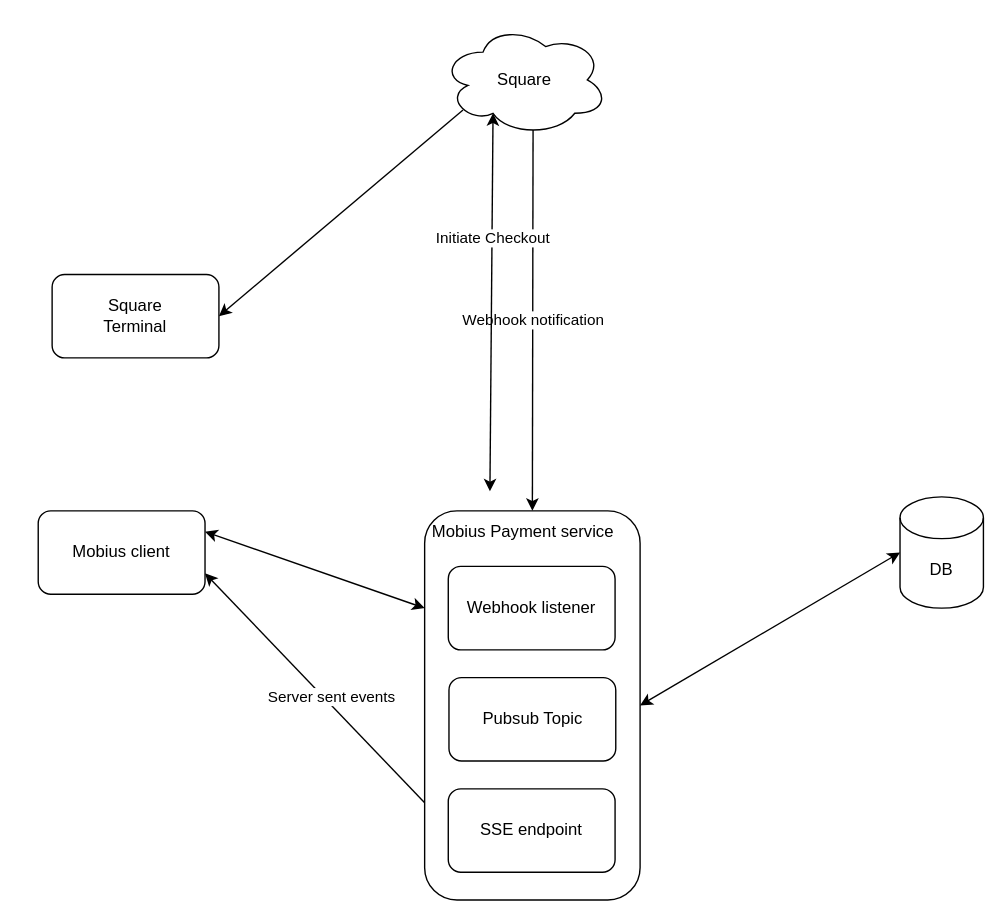
Earlier version of the draw.io diagram tcs/draw_io/Payment.drawio (alffrey/sequence_diagrams). Source tidied: cells renumbered, new cells numbered last; positions are measured from the earlier drawing's top-left corner, leaving out a move shared by most shapes. Both pictures are drawn from the tidied source at 139%, with x=0, y=0 at pixel (38, 24).
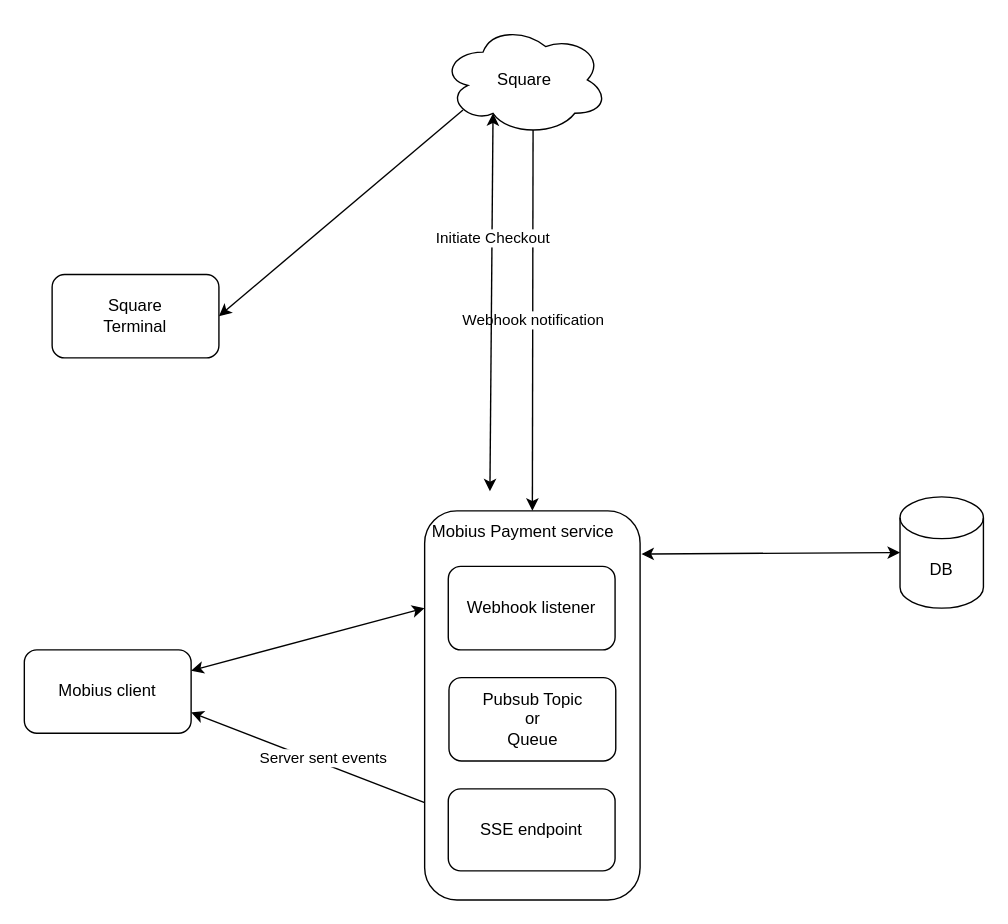
The same page after the edit.

Commit message (it also covers changes not shown here):
login and payment flows

Diff of the diagram source:
```diff
@@
 <mxGraphModel>
   <root>
     <mxCell id="0" />
     <mxCell id="1" parent="0" />
     <mxCell id="2" value="Square" style="ellipse;shape=cloud;whiteSpace=wrap;html=1;" parent="1" vertex="1">
       <mxGeometry x="290" width="120" height="80" as="geometry" />
     </mxCell>
     <mxCell id="3" style="rounded=1;whiteSpace=wrap;html=1;" parent="1" vertex="1">
       <mxGeometry x="278" y="350" width="155" height="280" as="geometry" />
     </mxCell>
     <mxCell id="4" value="Webhook notification" style="endArrow=classic;html=1;rounded=0;exitX=0.55;exitY=0.95;exitDx=0;exitDy=0;exitPerimeter=0;entryX=0.5;entryY=0;entryDx=0;entryDy=0;" parent="1" edge="1" source="2" target="3">
       <mxGeometry relative="1" as="geometry" />
     </mxCell>
     <mxCell id="5" value="DB" style="shape=cylinder3;whiteSpace=wrap;html=1;boundedLbl=1;backgroundOutline=1;size=15;" parent="1" vertex="1">
       <mxGeometry x="620" y="340" width="60" height="80" as="geometry" />
     </mxCell>
-    <mxCell id="6" style="endArrow=classic;startArrow=classic;html=1;rounded=0;entryX=0;entryY=0.5;entryDx=0;entryDy=0;entryPerimeter=0;exitX=1;exitY=0.5;exitDx=0;exitDy=0;" parent="1" edge="1" source="3" target="5">
+    <mxCell id="6" style="endArrow=classic;startArrow=classic;html=1;rounded=0;entryX=0;entryY=0.5;entryDx=0;entryDy=0;entryPerimeter=0;exitX=1.006;exitY=0.111;exitDx=0;exitDy=0;exitPerimeter=0;" parent="1" edge="1" source="3" target="5">
       <mxGeometry relative="1" as="geometry" />
     </mxCell>
     <mxCell id="7" value="Mobius client" style="rounded=1;whiteSpace=wrap;html=1;" parent="1" vertex="1">
-      <mxGeometry y="350" width="120" height="60" as="geometry" />
+      <mxGeometry x="-10" y="450" width="120" height="60" as="geometry" />
     </mxCell>
     <mxCell id="8" style="endArrow=classic;html=1;rounded=0;entryX=1;entryY=0.75;entryDx=0;entryDy=0;exitX=0;exitY=0.75;exitDx=0;exitDy=0;" parent="1" edge="1" source="3" target="7">
       <mxGeometry relative="1" as="geometry" />
     </mxCell>
     <mxCell id="9" value="Server sent events" style="edgeLabel;html=1;align=center;verticalAlign=middle;" parent="8" vertex="1">
       <mxGeometry x="-0.11" y="-4" relative="1" as="geometry" />
     </mxCell>
     <mxCell id="10" style="endArrow=classic;startArrow=classic;html=1;rounded=0;exitX=1;exitY=0.25;exitDx=0;exitDy=0;entryX=0;entryY=0.25;entryDx=0;entryDy=0;" parent="1" edge="1" source="7" target="3">
       <mxGeometry relative="1" as="geometry" />
     </mxCell>
     <mxCell id="11" style="endArrow=classic;startArrow=classic;html=1;rounded=0;entryX=0.303;entryY=-0.05;entryDx=0;entryDy=0;exitX=0.31;exitY=0.8;exitDx=0;exitDy=0;exitPerimeter=0;entryPerimeter=0;" parent="1" edge="1" source="2" target="3">
       <mxGeometry relative="1" as="geometry" />
     </mxCell>
     <mxCell id="12" value="Initiate Checkout" style="edgeLabel;html=1;align=center;verticalAlign=middle;" parent="11" vertex="1">
       <mxGeometry x="-0.34" relative="1" as="geometry" />
     </mxCell>
     <mxCell id="13" value="Square &lt;br&gt;Terminal" style="rounded=1;whiteSpace=wrap;html=1;" parent="1" vertex="1">
       <mxGeometry x="10" y="180" width="120" height="60" as="geometry" />
     </mxCell>
     <mxCell id="14" style="endArrow=classic;html=1;rounded=0;exitX=0.13;exitY=0.77;exitDx=0;exitDy=0;exitPerimeter=0;entryX=1;entryY=0.5;entryDx=0;entryDy=0;" parent="1" edge="1" source="2" target="13">
       <mxGeometry relative="1" as="geometry" />
     </mxCell>
     <mxCell id="15" value="Webhook listener" style="rounded=1;whiteSpace=wrap;html=1;" parent="1" vertex="1">
       <mxGeometry x="295" y="390" width="120" height="60" as="geometry" />
     </mxCell>
     <mxCell id="16" value="SSE endpoint" style="rounded=1;whiteSpace=wrap;html=1;" parent="1" vertex="1">
-      <mxGeometry x="295" y="550" width="120" height="60" as="geometry" />
+      <mxGeometry x="295" y="550" width="120" height="59" as="geometry" />
     </mxCell>
     <mxCell id="17" value="Mobius Payment service" style="text;html=1;strokeColor=none;fillColor=none;align=center;verticalAlign=middle;whiteSpace=wrap;rounded=0;" parent="1" vertex="1">
       <mxGeometry x="278" y="350" width="142" height="30" as="geometry" />
     </mxCell>
-    <mxCell id="18" value="Pubsub Topic" style="rounded=1;whiteSpace=wrap;html=1;" parent="1" vertex="1">
+    <mxCell id="18" value="Pubsub Topic&lt;br&gt;or&lt;br&gt;Queue" style="rounded=1;whiteSpace=wrap;html=1;" parent="1" vertex="1">
       <mxGeometry x="295.5" y="470" width="120" height="60" as="geometry" />
     </mxCell>
   </root>
 </mxGraphModel>
```
